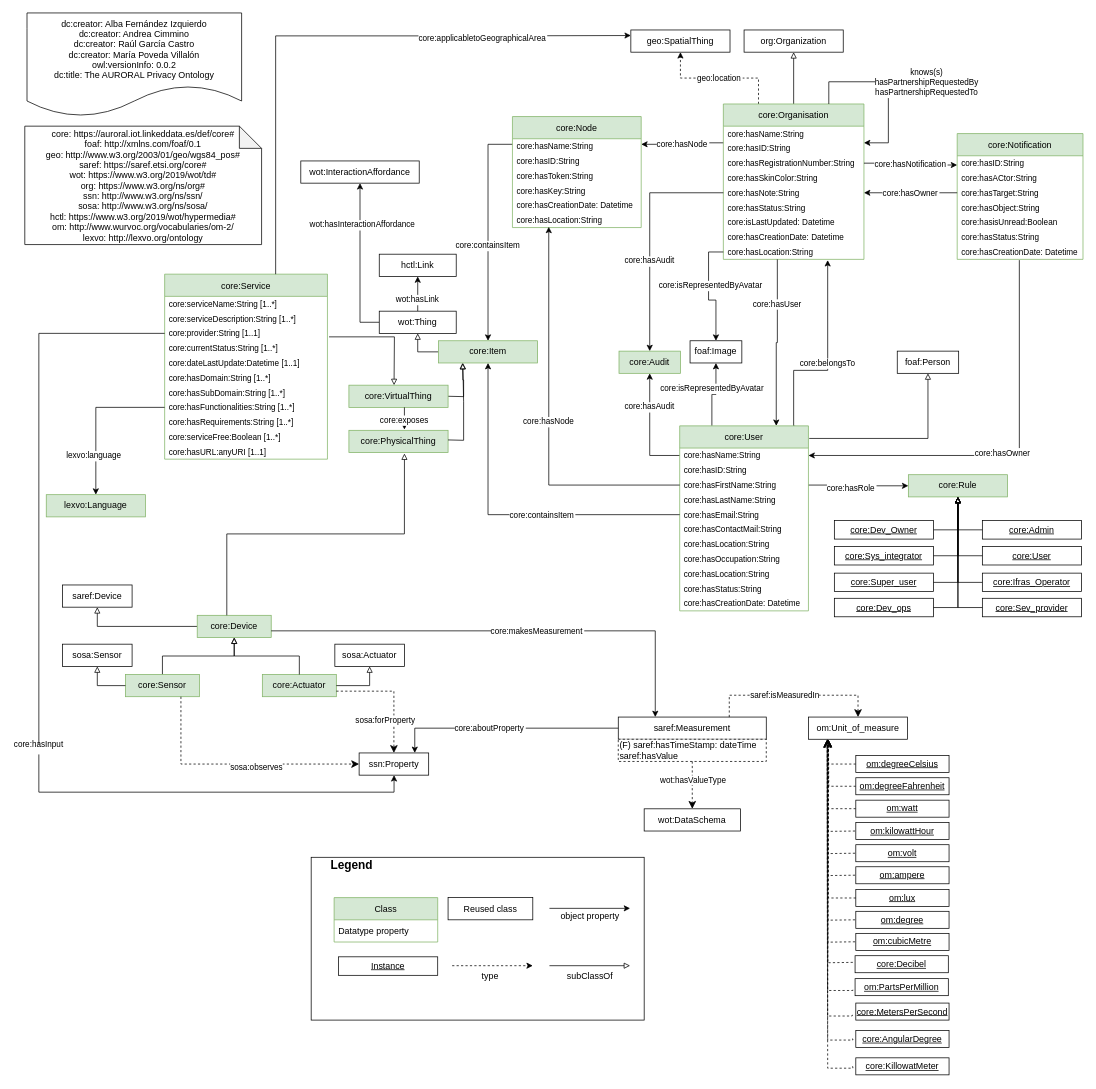
The draw.io diagram page "V2" (1 of 2) of diagrams/core.drawio in oeg-upm/auroral-core-ontology, before the edit. Source tidied: cells renumbered, new cells numbered last; positions are measured from the earlier drawing's top-left corner, leaving out a move shared by most shapes. Both pictures are drawn from the tidied source at 74%, with x=0, y=0 at pixel (24, 13).
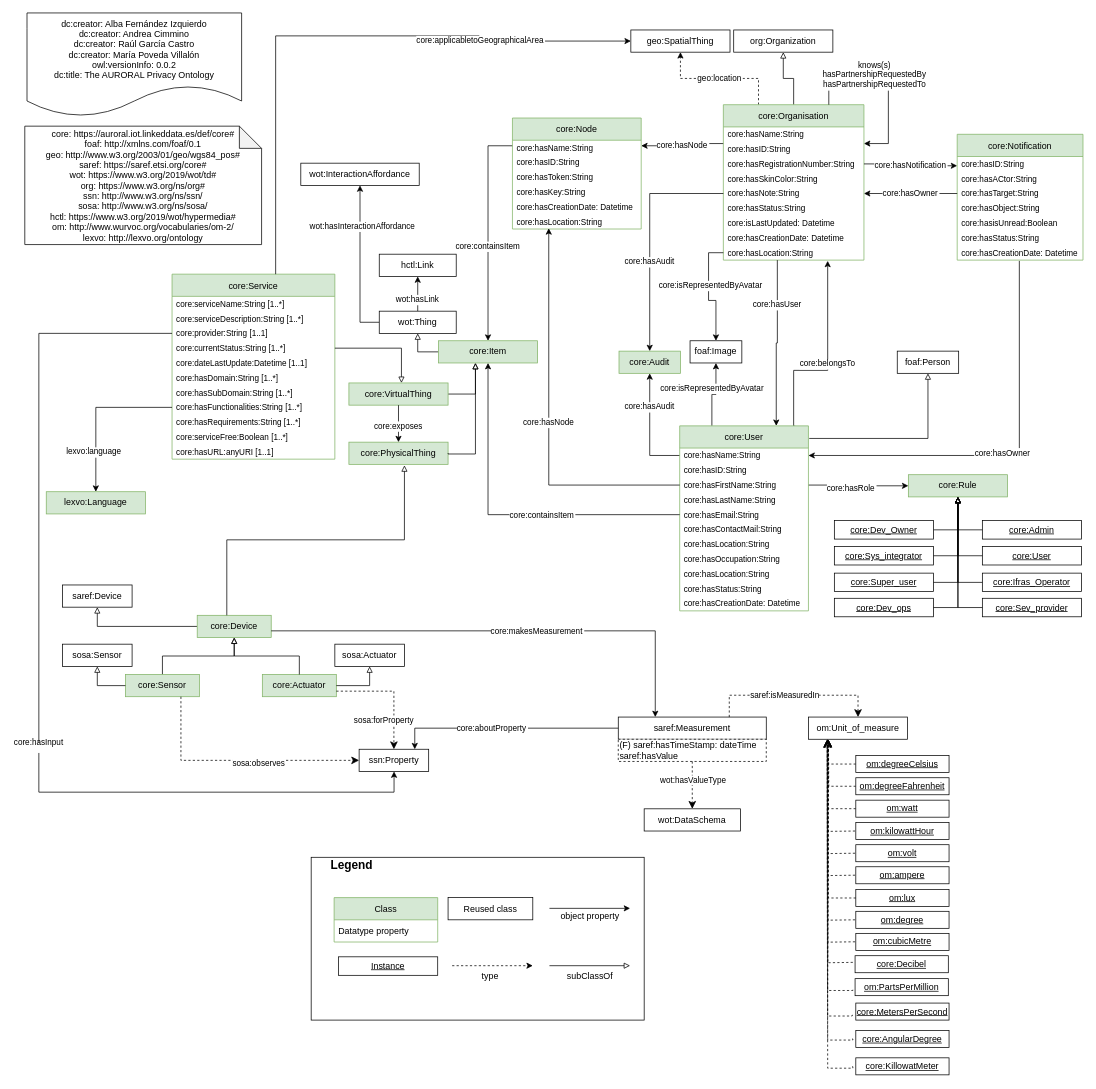
Above is the later version.

Unchanged cells that the change refers to:
```xml
<mxCell id="47" value="geo:SpatialThing" style="rounded=0;whiteSpace=wrap;html=1;" parent="1" vertex="1">
  <mxGeometry x="819" y="23" width="134" height="30" as="geometry" />
</mxCell>
<mxCell id="53" value="core:Item" style="rounded=0;whiteSpace=wrap;html=1;fillColor=#d5e8d4;strokeColor=#82b366;" parent="1" vertex="1">
  <mxGeometry x="559" y="443" width="134" height="30" as="geometry" />
</mxCell>
<mxCell id="161" value="core:provider:String [1..1]" style="text;strokeColor=none;fillColor=none;align=left;verticalAlign=middle;spacingLeft=4;spacingRight=4;overflow=hidden;points=[[0,0.5],[1,0.5]];portConstraint=eastwest;fontSize=11;" parent="158" vertex="1">
  <mxGeometry y="70" width="220" height="20" as="geometry" />
</mxCell>
<mxCell id="162" value="core:currentStatus:String [1..*]" style="text;strokeColor=none;fillColor=none;align=left;verticalAlign=middle;spacingLeft=4;spacingRight=4;overflow=hidden;points=[[0,0.5],[1,0.5]];portConstraint=eastwest;fontSize=11;" parent="158" vertex="1">
  <mxGeometry y="90" width="220" height="20" as="geometry" />
</mxCell>
```

The edit, as a diff of the source:
```diff
@@
     <mxCell id="9" value="core:Organisation" style="swimlane;fontStyle=0;horizontal=1;startSize=30;fillColor=#d5e8d4;strokeColor=#82b366;" parent="1" vertex="1">
-      <mxGeometry x="944" y="123" width="190" height="210" as="geometry" />
+      <mxGeometry x="944" y="124" width="190" height="210" as="geometry" />
     </mxCell>
@@
     <mxCell id="39" value="core:Node" style="swimlane;fontStyle=0;horizontal=1;startSize=30;fillColor=#d5e8d4;strokeColor=#82b366;" parent="1" vertex="1">
-      <mxGeometry x="659" y="140" width="174" height="150" as="geometry" />
+      <mxGeometry x="659" y="142" width="174" height="150" as="geometry" />
     </mxCell>
@@
     <mxCell id="46" value="org:Organization" style="rounded=0;whiteSpace=wrap;html=1;" parent="1" vertex="1">
-      <mxGeometry x="972" y="23" width="134" height="30" as="geometry" />
+      <mxGeometry x="958" y="23" width="134" height="30" as="geometry" />
     </mxCell>
@@
     <mxCell id="59" value="wot:InteractionAffordance" style="rounded=0;whiteSpace=wrap;html=1;" parent="1" vertex="1">
-      <mxGeometry x="373" y="200" width="160" height="30" as="geometry" />
+      <mxGeometry x="373" y="203" width="160" height="30" as="geometry" />
     </mxCell>
@@
-    <mxCell id="63" style="edgeStyle=orthogonalEdgeStyle;rounded=0;orthogonalLoop=1;jettySize=auto;html=1;exitX=1;exitY=0.5;exitDx=0;exitDy=0;entryX=0.25;entryY=1;entryDx=0;entryDy=0;fontSize=11;endArrow=block;endFill=0;" parent="1" edge="1">
+    <mxCell id="63" style="edgeStyle=orthogonalEdgeStyle;rounded=0;jettySize=auto;html=1;fontSize=11;endArrow=block;endFill=0;exitX=1;exitY=0.5;exitDx=0;exitDy=0;" parent="1" edge="1" source="170" target="53">
       <mxGeometry relative="1" as="geometry">
-        <mxPoint x="572" y="518" as="sourcePoint" />
-        <mxPoint x="591.5" y="473" as="targetPoint" />
+        <Array as="points">
+          <mxPoint x="609" y="515" />
+        </Array>
       </mxGeometry>
     </mxCell>
@@
     <mxCell id="81" value="knows(s)&#10;hasPartnershipRequestedBy&#10;hasPartnershipRequestedTo" style="edgeStyle=orthogonalEdgeStyle;rounded=0;orthogonalLoop=1;jettySize=auto;exitX=0.75;exitY=0;exitDx=0;exitDy=0;entryX=1;entryY=0.25;entryDx=0;entryDy=0;endArrow=classic;endFill=1;" parent="1" edge="1" source="9" target="9">
-      <mxGeometry x="-0.02" y="52" relative="1" as="geometry">
+      <mxGeometry x="-0.18" y="10" relative="1" as="geometry">
         <Array as="points">
           <mxPoint x="1087" y="93" />
           <mxPoint x="1167" y="93" />
           <mxPoint x="1167" y="176" />
         </Array>
       </mxGeometry>
     </mxCell>
@@
     <mxCell id="83" value="core:Notification" style="swimlane;fontStyle=0;horizontal=1;startSize=30;labelBackgroundColor=none;fillColor=#d5e8d4;strokeColor=#82b366;" parent="1" vertex="1">
-      <mxGeometry x="1260" y="163" width="170" height="170" as="geometry" />
+      <mxGeometry x="1260" y="164" width="170" height="170" as="geometry" />
     </mxCell>
@@
     <mxCell id="115" value="ssn:Property" style="rounded=0;whiteSpace=wrap;html=1;points=[[0.1,0],[0.2,0],[0.3,0],[0.4,0],[0.5,0],[0.6,0],[0.7,0],[0.8,0],[0.9,0],[0,0.1],[0,0.3],[0,0.5],[0,0.7],[0,0.9],[0.1,1],[0.2,1],[0.3,1],[0.4,1],[0.5,1],[0.6,1],[0.7,1],[0.8,1],[0.9,1],[1,0.1],[1,0.3],[1,0.5],[1,0.7],[1,0.9]];" parent="1" vertex="1">
-      <mxGeometry x="451.8" y="1000" width="94" height="30" as="geometry" />
+      <mxGeometry x="451.8" y="995" width="94" height="30" as="geometry" />
     </mxCell>
@@
     <mxCell id="158" value="core:Service" style="swimlane;fontStyle=0;horizontal=1;startSize=30;fillColor=#d5e8d4;strokeColor=#82b366;" parent="1" vertex="1">
-      <mxGeometry x="189" y="353" width="220" height="250" as="geometry" />
+      <mxGeometry x="199" y="353" width="220" height="250" as="geometry" />
     </mxCell>
@@
     <mxCell id="170" value="core:VirtualThing" style="rounded=0;whiteSpace=wrap;html=1;fillColor=#d5e8d4;strokeColor=#82b366;" parent="1" vertex="1">
-      <mxGeometry x="438" y="503" width="134" height="30" as="geometry" />
+      <mxGeometry x="438" y="500" width="134" height="30" as="geometry" />
     </mxCell>
     <mxCell id="171" value="core:PhysicalThing" style="rounded=0;whiteSpace=wrap;html=1;fillColor=#d5e8d4;strokeColor=#82b366;" parent="1" vertex="1">
-      <mxGeometry x="438" y="564" width="134" height="30" as="geometry" />
+      <mxGeometry x="438" y="580" width="134" height="30" as="geometry" />
     </mxCell>
-    <mxCell id="172" style="edgeStyle=orthogonalEdgeStyle;rounded=0;orthogonalLoop=1;jettySize=auto;html=1;exitX=1;exitY=0.5;exitDx=0;exitDy=0;fontSize=11;endArrow=block;endFill=0;" parent="1" edge="1">
+    <mxCell id="172" style="edgeStyle=orthogonalEdgeStyle;rounded=0;jettySize=auto;html=1;exitX=1;exitY=0.5;exitDx=0;exitDy=0;fontSize=11;endArrow=block;endFill=0;" parent="1" edge="1" source="171" target="53">
       <mxGeometry relative="1" as="geometry">
-        <mxPoint x="572" y="577" as="sourcePoint" />
-        <mxPoint x="592" y="473" as="targetPoint" />
+        <Array as="points">
+          <mxPoint x="609" y="596" />
+        </Array>
       </mxGeometry>
     </mxCell>
@@
-    <mxCell id="174" style="edgeStyle=orthogonalEdgeStyle;rounded=0;jettySize=auto;html=1;exitX=1.01;exitY=0.736;exitDx=0;exitDy=0;fontSize=11;endArrow=block;endFill=0;exitPerimeter=0;" parent="1" edge="1" source="161">
+    <mxCell id="174" style="edgeStyle=orthogonalEdgeStyle;rounded=0;jettySize=auto;html=1;fontSize=11;endArrow=block;endFill=0;" parent="1" edge="1" source="162" target="170">
       <mxGeometry relative="1" as="geometry">
-        <mxPoint x="499" y="503" as="targetPoint" />
+        <Array as="points">
+          <mxPoint x="509" y="453" />
+        </Array>
       </mxGeometry>
     </mxCell>
-    <mxCell id="175" value="core:exposes" style="edgeStyle=orthogonalEdgeStyle;rounded=0;orthogonalLoop=1;jettySize=auto;exitX=0.5;exitY=1;exitDx=0;exitDy=0;fontSize=11;endArrow=classic;endFill=1;" parent="1" edge="1">
-      <mxGeometry x="0.13" relative="1" as="geometry">
-        <mxPoint x="513" y="533" as="sourcePoint" />
-        <mxPoint x="513" y="563" as="targetPoint" />
-      </mxGeometry>
+    <mxCell id="175" value="core:exposes" style="edgeStyle=orthogonalEdgeStyle;rounded=0;jettySize=auto;fontSize=11;endArrow=classic;endFill=1;" parent="1" edge="1" source="170" target="171">
+      <mxGeometry x="0.13" relative="1" as="geometry" />
     </mxCell>
@@
-    <mxCell id="177" style="edgeStyle=orthogonalEdgeStyle;rounded=0;jettySize=auto;html=1;entryX=0;entryY=0.25;entryDx=0;entryDy=0;fontSize=11;endArrow=classic;endFill=1;" parent="1" edge="1" source="158" target="47">
+    <mxCell id="177" style="edgeStyle=orthogonalEdgeStyle;rounded=0;jettySize=auto;html=1;fontSize=11;endArrow=classic;endFill=1;" parent="1" edge="1" source="158" target="47">
       <mxGeometry relative="1" as="geometry">
         <Array as="points">
           <mxPoint x="339" y="31" />
           <mxPoint x="614" y="31" />
+          <mxPoint x="614" y="38" />
         </Array>
       </mxGeometry>
     </mxCell>
@@
     <mxCell id="179" value="lexvo:Language" style="rounded=0;whiteSpace=wrap;html=1;fillColor=#d5e8d4;strokeColor=#82b366;" parent="1" vertex="1">
-      <mxGeometry x="29" y="651" width="134" height="30" as="geometry" />
+      <mxGeometry x="29" y="647" width="134" height="30" as="geometry" />
     </mxCell>
```
